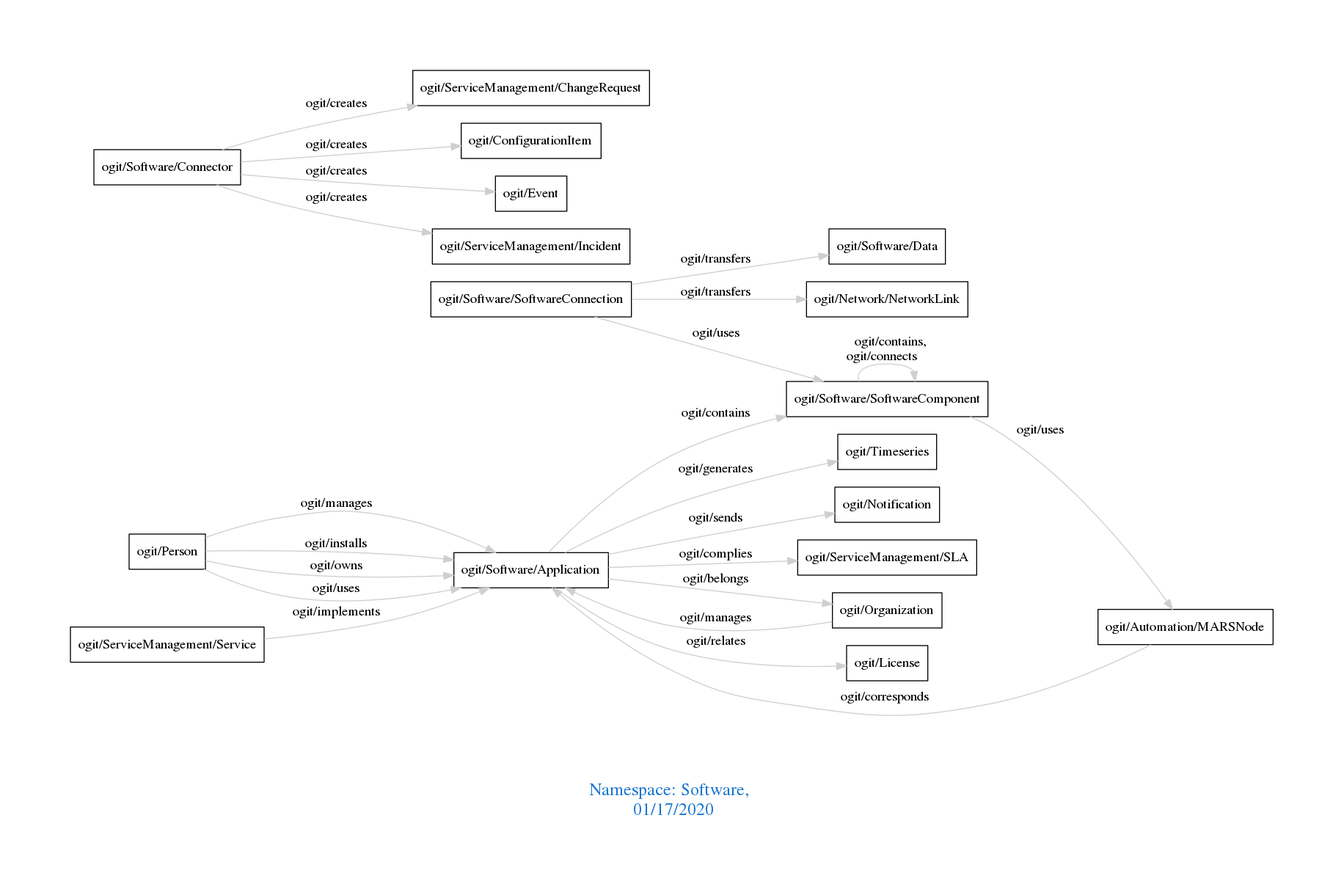
This is downloads/Software.png from arago/OGIT, a Graphviz export, as it was before one commit. Its source is kept beside it as downloads/Software.dot.
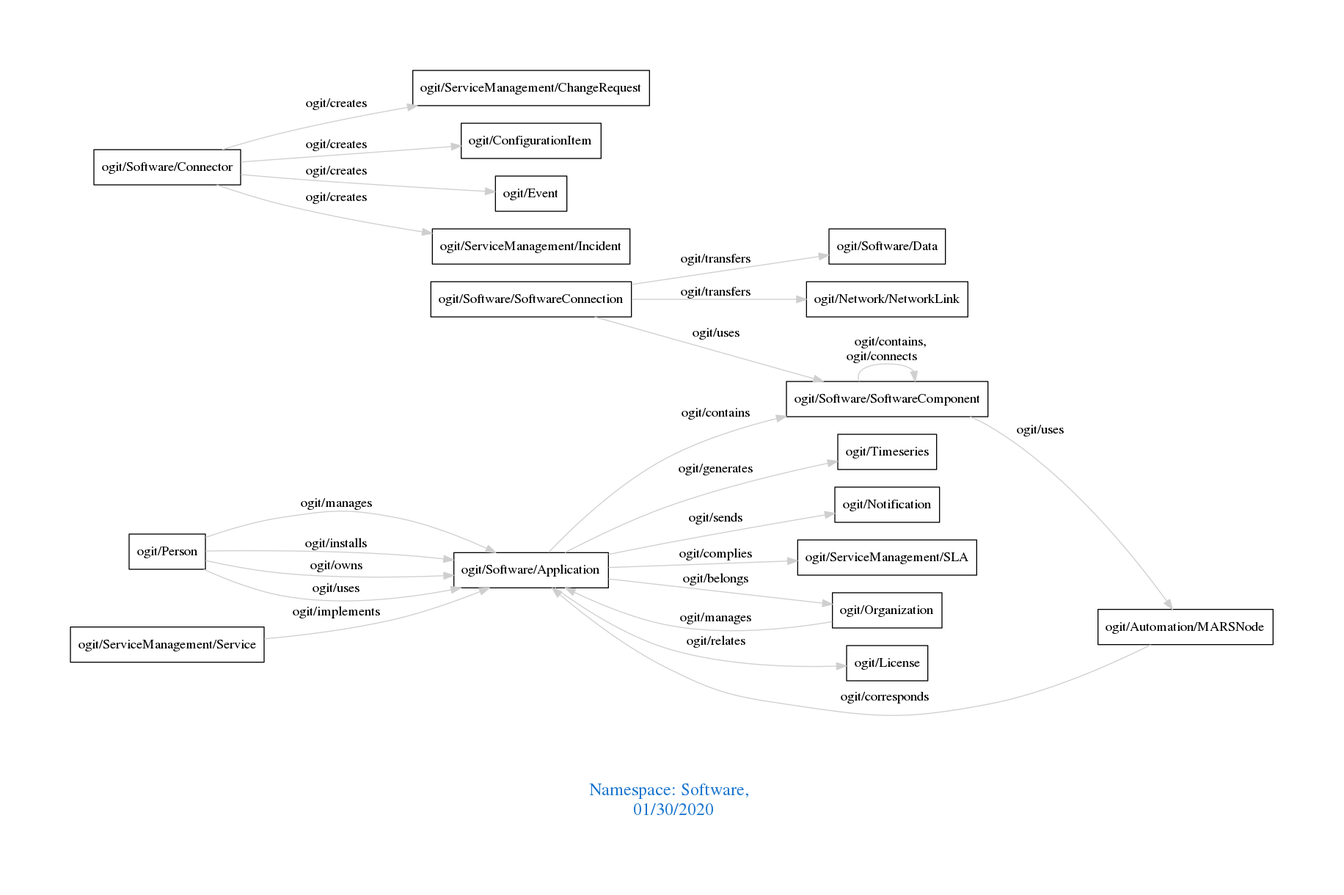
Later version of the same file.

Change to the diagram source:
```diff
@@ -1,7 +1,7 @@
 digraph OGIT_ontology {
  graph [ rankdir= LR,pad=1
 fontsize = 18,
-fontcolor= dodgerblue3,label = "\n\n\nNamespace: Software, \n 01/17/2020"];
+fontcolor= dodgerblue3,label = "\n\n\nNamespace: Software, \n 01/30/2020"];
 node[shape=polygon];
 edge [  color="gray81"];
 
```
